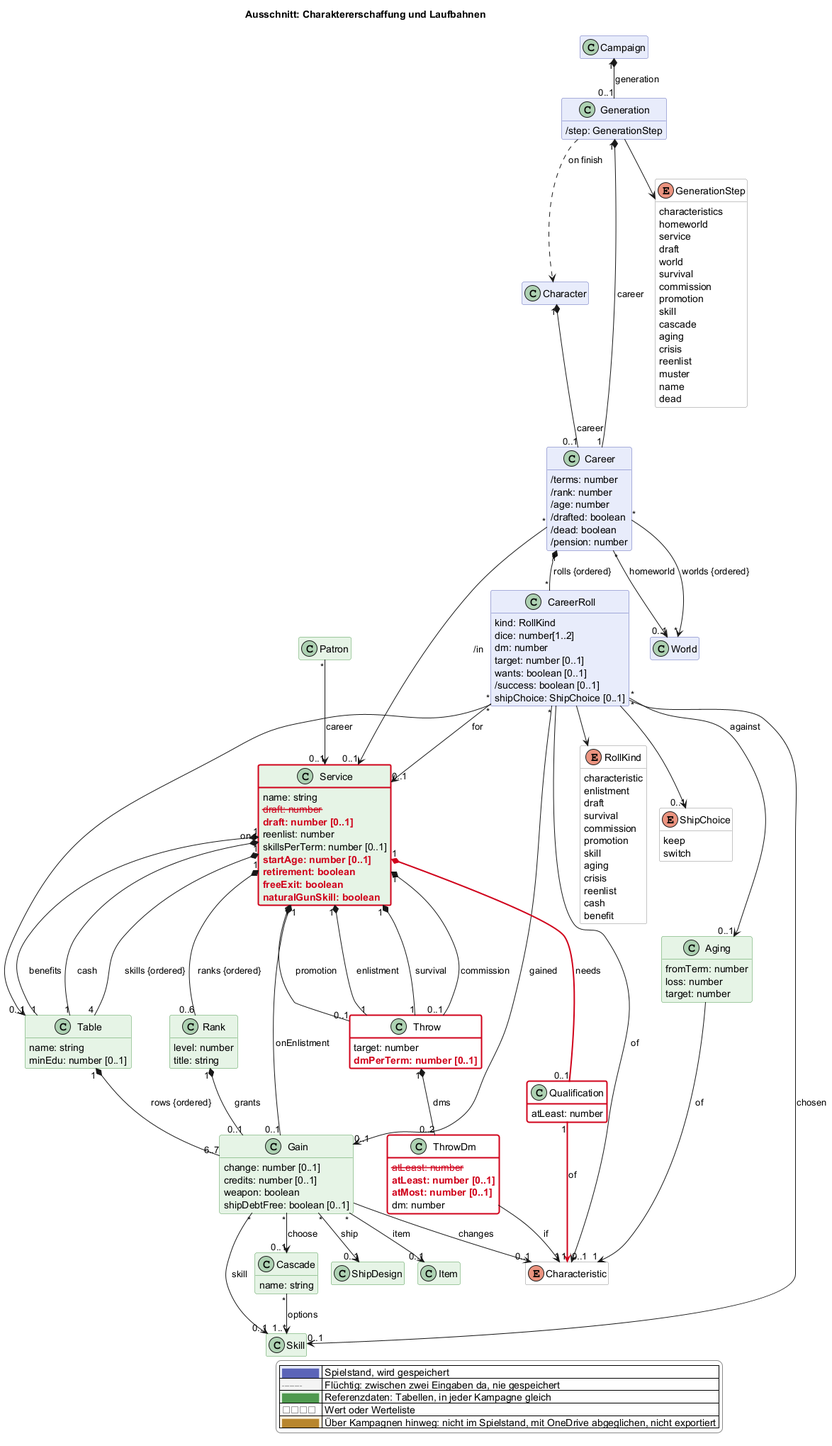
Earlier version of the PlantUML export docs/views/erschaffung.png (scuzzar/SRE).
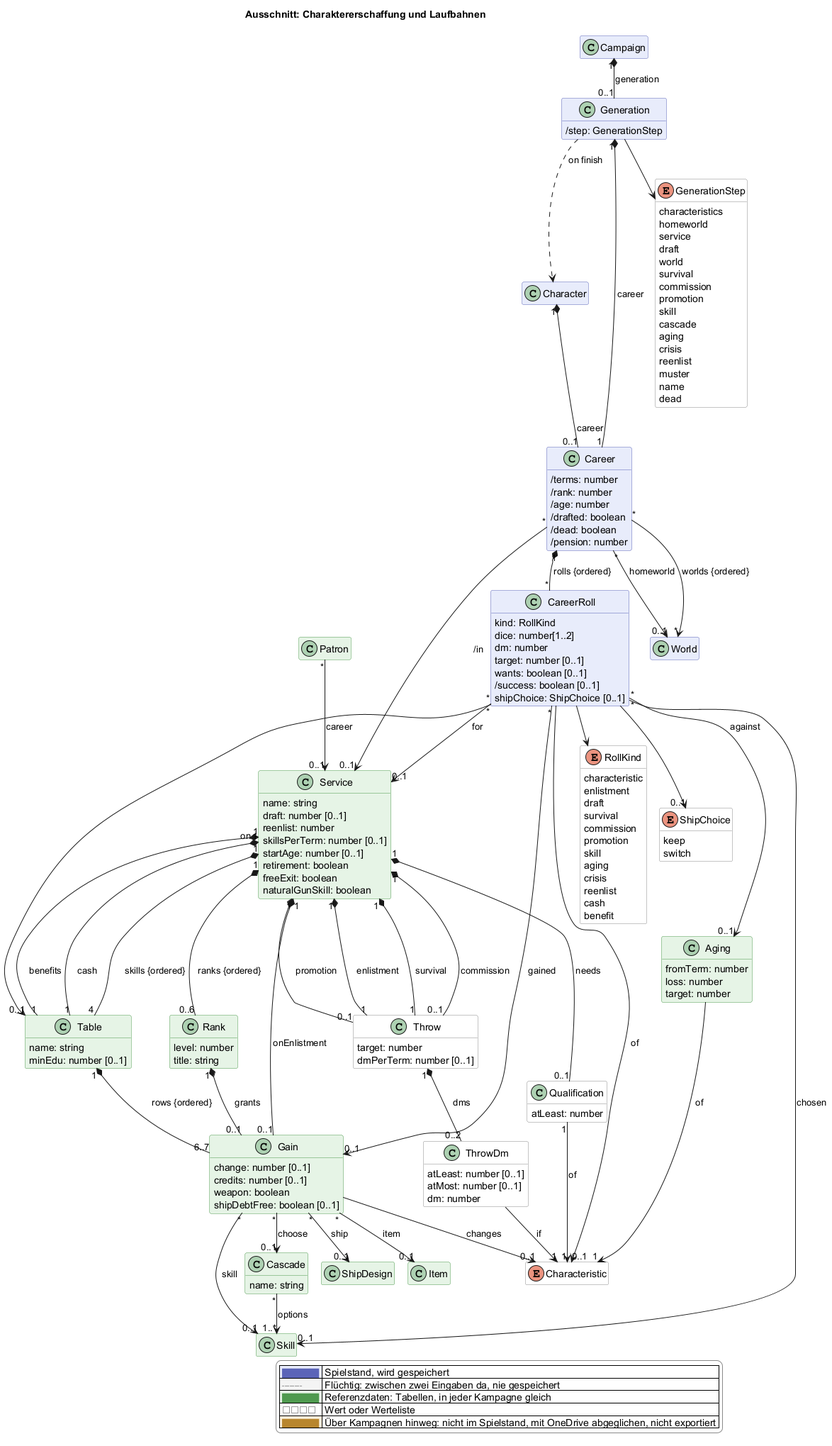
After the change.

What changed in the source:
```diff
@@ -106,26 +106,24 @@
   class Skill <<reference>> $charakter
   class Service <<reference>> $erschaffung {
     name: string
-    $gone("2026-11-24a", "draft: number")
-    $new("2026-11-24a", "draft: number [0..1]")
+    draft: number [0..1]
     reenlist: number
     skillsPerTerm: number [0..1]
-    $new("2026-11-24a", "startAge: number [0..1]")
-    $new("2026-11-24a", "retirement: boolean")
-    $new("2026-11-24a", "freeExit: boolean")
-    $new("2026-11-24a", "naturalGunSkill: boolean")
+    startAge: number [0..1]
+    retirement: boolean
+    freeExit: boolean
+    naturalGunSkill: boolean
   }
   class Throw <<value>> $erschaffung {
     target: number
-    $new("2026-11-24a", "dmPerTerm: number [0..1]")
+    dmPerTerm: number [0..1]
   }
   class ThrowDm <<value>> $erschaffung {
-    $gone("2026-11-24a", "atLeast: number")
-    $new("2026-11-24a", "atLeast: number [0..1]")
-    $new("2026-11-24a", "atMost: number [0..1]")
+    atLeast: number [0..1]
+    atMost: number [0..1]
     dm: number
   }
-  class Qualification <<value>> $erschaffung $newClass("2026-11-24a") {
+  class Qualification <<value>> $erschaffung {
     atLeast: number
   }
   class Rank <<reference>> $erschaffung {
@@ -223,8 +221,8 @@
 Service "1" *-- "1" Table : benefits
 Service "1" *-- "1" Table : cash
 Service "1" *-- "0..1" Gain : onEnlistment
-  Service "1" *--[#d0021b,bold] "0..1" Qualification : needs
-  Qualification "1" -[#d0021b,bold]-> "1" Characteristic : of
+  Service "1" *-- "0..1" Qualification : needs
+  Qualification "1" --> "1" Characteristic : of
 Rank "1" *-- "0..1" Gain : grants
 Table "1" *-- "6..7" Gain : rows {ordered}
 Gain "*" --> "0..1" Skill : skill
@@ -251,7 +249,4 @@
   |<#ffffff> <color:#8a8a8a>□□□□</color> | Wert oder Werteliste |
   |<#fdf1dc> <color:#b8862e>████</color> | Über Kampagnen hinweg: nicht im Spielstand, mit OneDrive abgeglichen, nicht exportiert |
 endlegend
-class Service #line:d0021b;line.bold
-class Throw #line:d0021b;line.bold
-class ThrowDm #line:d0021b;line.bold
 @enduml
```
